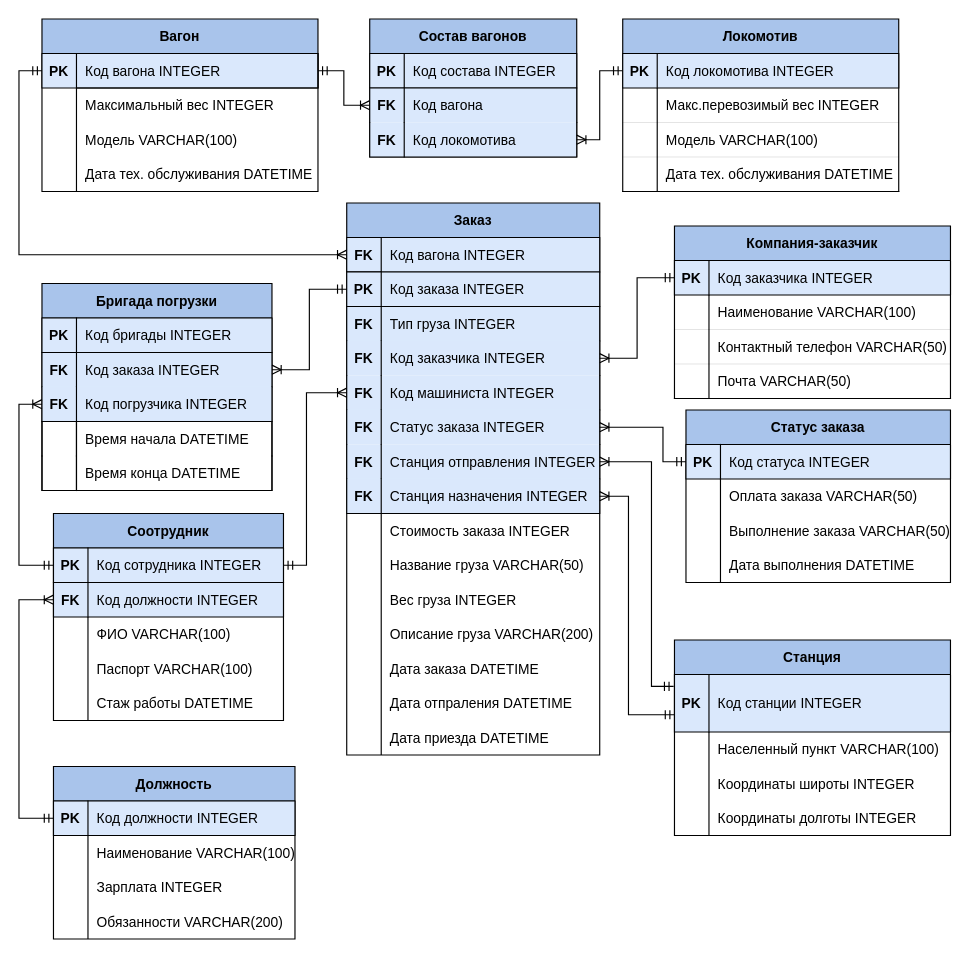
This is ER.drawio from Edeotena/bd_4rd_sem_course_work, a draw.io file, before an edit. Source tidied: cells renumbered, new cells numbered last; positions are measured from the earlier drawing's top-left corner, leaving out a move shared by most shapes. Both pictures are drawn from the tidied source at 115%, with x=0, y=0 at pixel (18, 18).
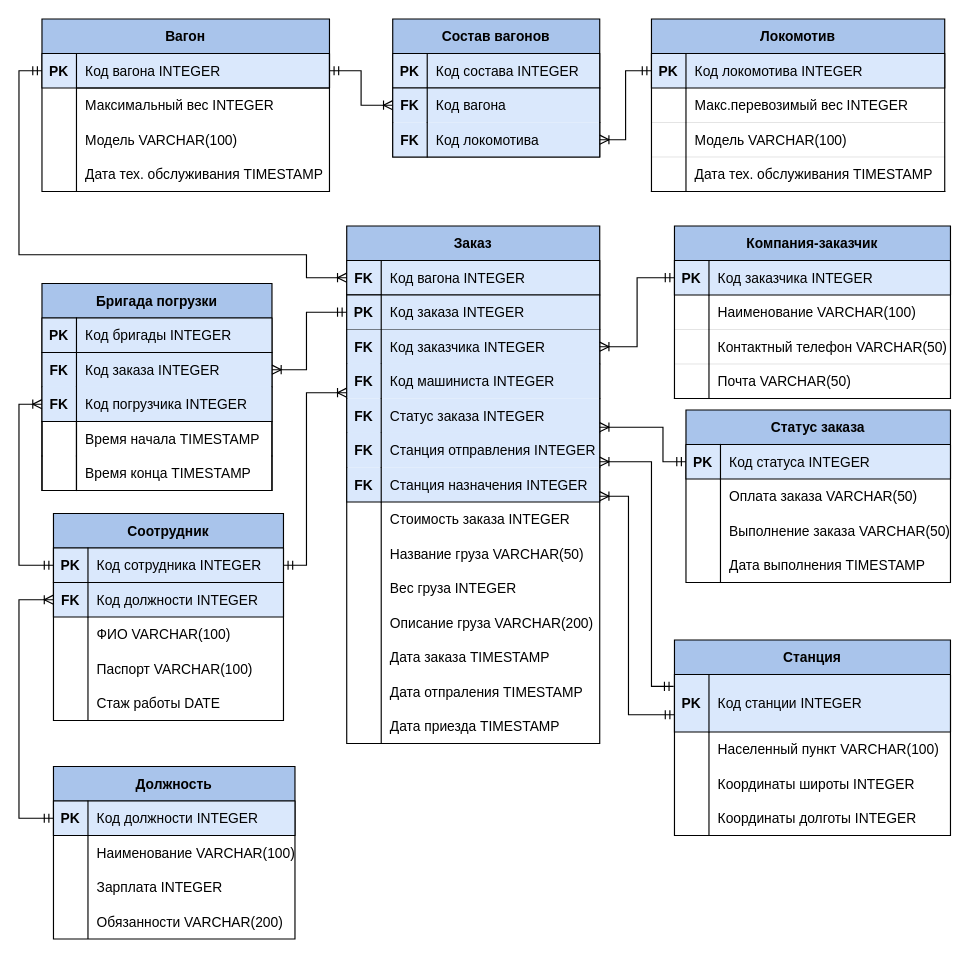
The same page after the edit.

Commit message (it also covers changes not shown here):
better ER and DB creating script

Unchanged cells that the change refers to:
```xml
<mxCell id="3" style="shape=tableRow;horizontal=0;startSize=0;swimlaneHead=0;swimlaneBody=0;fillColor=#dae8fc;points=[[0,0.5],[1,0.5]];portConstraint=eastwest;top=1;left=1;right=1;bottom=1;strokeColor=#000000;strokeWidth=1;" parent="2" vertex="1">
  <mxGeometry y="30" width="220" height="30" as="geometry" />
</mxCell>
<mxCell id="6" style="shape=tableRow;horizontal=0;startSize=0;swimlaneHead=0;swimlaneBody=0;fillColor=#dae8fc;points=[[0,0.5],[1,0.5]];portConstraint=eastwest;top=1;left=1;right=1;bottom=1;strokeColor=#000000;strokeWidth=1;" parent="2" vertex="1">
  <mxGeometry y="60" width="220" height="30" as="geometry" />
</mxCell>
<mxCell id="124" style="shape=tableRow;horizontal=0;startSize=0;swimlaneHead=0;swimlaneBody=0;fillColor=none;top=0;left=0;right=0;bottom=0;strokeColor=#000000;strokeWidth=1;" parent="114" vertex="1">
  <mxGeometry y="120" width="230" height="30" as="geometry" />
</mxCell>
<mxCell id="142" style="shape=tableRow;horizontal=0;startSize=0;swimlaneHead=0;swimlaneBody=0;fillColor=none;top=0;left=0;right=0;bottom=0;" parent="129" vertex="1">
  <mxGeometry y="150" width="200" height="30" as="geometry" />
</mxCell>
<mxCell id="149" style="shape=tableRow;horizontal=0;startSize=0;swimlaneHead=0;swimlaneBody=0;fillColor=#dae8fc;points=[[0,0.5],[1,0.5]];portConstraint=eastwest;top=1;left=1;right=1;bottom=0;strokeColor=#000000;strokeWidth=1;" parent="145" vertex="1">
  <mxGeometry y="60" width="200" height="30" as="geometry" />
</mxCell>
<mxCell id="155" style="shape=tableRow;horizontal=0;startSize=0;swimlaneHead=0;swimlaneBody=0;fillColor=none;top=1;left=1;right=1;bottom=0;strokeColor=#000000;strokeWidth=1;" parent="145" vertex="1">
  <mxGeometry y="120" width="200" height="30" as="geometry" />
</mxCell>
<mxCell id="158" style="shape=tableRow;horizontal=0;startSize=0;swimlaneHead=0;swimlaneBody=0;fillColor=none;top=0;left=1;right=1;bottom=1;strokeColor=#000000;strokeWidth=1;" parent="145" vertex="1">
  <mxGeometry y="150" width="200" height="30" as="geometry" />
</mxCell>
```

Change to the diagram source:
```diff
@@
     <mxCell id="2" value="Заказ" style="shape=table;startSize=30;childLayout=tableLayout;rowLines=0;fontStyle=1;align=center;fillColor=#A9C4EB;" parent="1" vertex="1">
-      <mxGeometry x="285" y="160" width="220" height="480" as="geometry" />
+      <mxGeometry x="285" y="180" width="220" height="450" as="geometry" />
     </mxCell>
@@
-    <mxCell id="9" style="shape=tableRow;horizontal=0;startSize=0;swimlaneHead=0;swimlaneBody=0;fillColor=#dae8fc;top=1;left=1;right=1;bottom=0;strokeColor=#000000;strokeWidth=1;" parent="2" vertex="1">
-      <mxGeometry y="90" width="220" height="30" as="geometry" />
-    </mxCell>
-    <mxCell id="10" value="FK" style="shape=partialRectangle;fillColor=none;top=0;left=0;bottom=0;right=0;overflow=hidden;fontStyle=1;" parent="9" vertex="1">
-      <mxGeometry width="30" height="30" as="geometry" />
-    </mxCell>
-    <mxCell id="11" value="Тип груза INTEGER" style="shape=partialRectangle;fillColor=none;top=0;left=1;bottom=0;right=0;align=left;spacingLeft=6;fontStyle=0;overflow=hidden;" parent="9" vertex="1">
-      <mxGeometry x="30" width="190" height="30" as="geometry" />
-    </mxCell>
     <mxCell id="12" style="shape=tableRow;horizontal=0;startSize=0;swimlaneHead=0;swimlaneBody=0;fillColor=#dae8fc;points=[[0,0.5],[1,0.5]];portConstraint=eastwest;top=0;left=1;right=1;bottom=0;strokeColor=#000000;strokeWidth=1;" parent="2" vertex="1">
-      <mxGeometry y="120" width="220" height="30" as="geometry" />
+      <mxGeometry y="90" width="220" height="30" as="geometry" />
     </mxCell>
@@
     <mxCell id="15" style="shape=tableRow;horizontal=0;startSize=0;swimlaneHead=0;swimlaneBody=0;fillColor=#dae8fc;points=[[0,0.5],[1,0.5]];portConstraint=eastwest;top=0;left=1;right=1;bottom=0;strokeColor=#000000;strokeWidth=1;" parent="2" vertex="1">
-      <mxGeometry y="150" width="220" height="30" as="geometry" />
+      <mxGeometry y="120" width="220" height="30" as="geometry" />
     </mxCell>
@@
     <mxCell id="18" style="shape=tableRow;horizontal=0;startSize=0;swimlaneHead=0;swimlaneBody=0;fillColor=#dae8fc;points=[[0,0.5],[1,0.5]];portConstraint=eastwest;top=0;left=1;right=1;bottom=0;strokeColor=#000000;strokeWidth=1;" parent="2" vertex="1">
-      <mxGeometry y="180" width="220" height="30" as="geometry" />
+      <mxGeometry y="150" width="220" height="30" as="geometry" />
     </mxCell>
@@
     <mxCell id="21" style="shape=tableRow;horizontal=0;startSize=0;swimlaneHead=0;swimlaneBody=0;fillColor=#dae8fc;points=[[0,0.5],[1,0.5]];portConstraint=eastwest;top=0;left=1;right=1;bottom=0;strokeColor=#000000;strokeWidth=1;" parent="2" vertex="1">
-      <mxGeometry y="210" width="220" height="30" as="geometry" />
+      <mxGeometry y="180" width="220" height="30" as="geometry" />
     </mxCell>
@@
     <mxCell id="24" style="shape=tableRow;horizontal=0;startSize=0;swimlaneHead=0;swimlaneBody=0;fillColor=#dae8fc;points=[[0,0.5],[1,0.5]];portConstraint=eastwest;top=0;left=1;right=1;bottom=1;strokeColor=#000000;strokeWidth=1;" parent="2" vertex="1">
-      <mxGeometry y="240" width="220" height="30" as="geometry" />
+      <mxGeometry y="210" width="220" height="30" as="geometry" />
     </mxCell>
@@
     <mxCell id="27" style="shape=tableRow;horizontal=0;startSize=0;swimlaneHead=0;swimlaneBody=0;fillColor=none;top=0;left=0;right=0;bottom=0;" parent="2" vertex="1">
-      <mxGeometry y="270" width="220" height="30" as="geometry" />
+      <mxGeometry y="240" width="220" height="30" as="geometry" />
     </mxCell>
@@
     <mxCell id="30" style="shape=tableRow;horizontal=0;startSize=0;swimlaneHead=0;swimlaneBody=0;fillColor=none;top=0;left=0;right=0;bottom=0;" parent="2" vertex="1">
-      <mxGeometry y="300" width="220" height="30" as="geometry" />
+      <mxGeometry y="270" width="220" height="30" as="geometry" />
     </mxCell>
@@
     <mxCell id="33" style="shape=tableRow;horizontal=0;startSize=0;swimlaneHead=0;swimlaneBody=0;fillColor=none;top=0;left=0;right=0;bottom=0;" parent="2" vertex="1">
-      <mxGeometry y="330" width="220" height="30" as="geometry" />
+      <mxGeometry y="300" width="220" height="30" as="geometry" />
     </mxCell>
@@
     <mxCell id="36" style="shape=tableRow;horizontal=0;startSize=0;swimlaneHead=0;swimlaneBody=0;fillColor=none;top=0;left=0;right=0;bottom=0;" parent="2" vertex="1">
-      <mxGeometry y="360" width="220" height="30" as="geometry" />
+      <mxGeometry y="330" width="220" height="30" as="geometry" />
     </mxCell>
@@
     <mxCell id="39" style="shape=tableRow;horizontal=0;startSize=0;swimlaneHead=0;swimlaneBody=0;fillColor=none;top=0;left=0;right=0;bottom=0;" parent="2" vertex="1">
-      <mxGeometry y="390" width="220" height="30" as="geometry" />
+      <mxGeometry y="360" width="220" height="30" as="geometry" />
     </mxCell>
@@
-    <mxCell id="41" value="Дата заказа DATETIME" style="shape=partialRectangle;fillColor=none;top=0;left=0;bottom=0;right=0;align=left;spacingLeft=6;overflow=hidden;" parent="39" vertex="1">
+    <mxCell id="41" value="Дата заказа TIMESTAMP" style="shape=partialRectangle;fillColor=none;top=0;left=0;bottom=0;right=0;align=left;spacingLeft=6;overflow=hidden;" parent="39" vertex="1">
       <mxGeometry x="30" width="190" height="30" as="geometry" />
     </mxCell>
     <mxCell id="42" style="shape=tableRow;horizontal=0;startSize=0;swimlaneHead=0;swimlaneBody=0;fillColor=none;top=0;left=0;right=0;bottom=0;" parent="2" vertex="1">
-      <mxGeometry y="420" width="220" height="30" as="geometry" />
+      <mxGeometry y="390" width="220" height="30" as="geometry" />
     </mxCell>
@@
-    <mxCell id="44" value="Дата отпраления DATETIME" style="shape=partialRectangle;fillColor=none;top=0;left=0;bottom=0;right=0;align=left;spacingLeft=6;overflow=hidden;" parent="42" vertex="1">
+    <mxCell id="44" value="Дата отпраления TIMESTAMP" style="shape=partialRectangle;fillColor=none;top=0;left=0;bottom=0;right=0;align=left;spacingLeft=6;overflow=hidden;" parent="42" vertex="1">
       <mxGeometry x="30" width="190" height="30" as="geometry" />
     </mxCell>
     <mxCell id="45" style="shape=tableRow;horizontal=0;startSize=0;swimlaneHead=0;swimlaneBody=0;fillColor=none;top=0;left=0;right=0;bottom=0;" parent="2" vertex="1">
-      <mxGeometry y="450" width="220" height="30" as="geometry" />
+      <mxGeometry y="420" width="220" height="30" as="geometry" />
     </mxCell>
@@
-    <mxCell id="47" value="Дата приезда DATETIME" style="shape=partialRectangle;fillColor=none;top=0;left=0;bottom=0;right=0;align=left;spacingLeft=6;overflow=hidden;" parent="45" vertex="1">
+    <mxCell id="47" value="Дата приезда TIMESTAMP" style="shape=partialRectangle;fillColor=none;top=0;left=0;bottom=0;right=0;align=left;spacingLeft=6;overflow=hidden;" parent="45" vertex="1">
       <mxGeometry x="30" width="190" height="30" as="geometry" />
     </mxCell>
@@
     <mxCell id="62" value="Вагон" style="shape=table;startSize=30;childLayout=tableLayout;rowLines=0;fontStyle=1;align=center;strokeColor=#000000;strokeWidth=1;fillColor=#A9C4EB;" parent="1" vertex="1">
-      <mxGeometry x="20" width="240" height="150" as="geometry" />
+      <mxGeometry x="20" width="250" height="150" as="geometry" />
     </mxCell>
     <mxCell id="63" style="shape=tableRow;horizontal=0;startSize=0;swimlaneHead=0;swimlaneBody=0;fillColor=#dae8fc;points=[[0,0.5],[1,0.5]];portConstraint=eastwest;top=1;left=1;right=1;bottom=1;strokeColor=#000000;strokeWidth=1;" parent="62" vertex="1">
-      <mxGeometry y="30" width="240" height="30" as="geometry" />
+      <mxGeometry y="30" width="250" height="30" as="geometry" />
     </mxCell>
@@
     <mxCell id="65" value="Код вагона INTEGER" style="shape=partialRectangle;fillColor=none;top=1;left=1;bottom=1;right=1;align=left;spacingLeft=6;fontStyle=0;overflow=hidden;strokeColor=#000000;strokeWidth=1;" parent="63" vertex="1">
-      <mxGeometry x="30" width="210" height="30" as="geometry" />
+      <mxGeometry x="30" width="220" height="30" as="geometry" />
     </mxCell>
     <mxCell id="66" style="shape=tableRow;horizontal=0;startSize=0;swimlaneHead=0;swimlaneBody=0;fillColor=none;top=0;left=0;right=0;bottom=0;strokeColor=#000000;strokeWidth=1;" parent="62" vertex="1">
-      <mxGeometry y="60" width="240" height="30" as="geometry" />
+      <mxGeometry y="60" width="250" height="30" as="geometry" />
     </mxCell>
@@
     <mxCell id="68" value="Максимальный вес INTEGER" style="shape=partialRectangle;fillColor=none;top=0;left=0;bottom=0;right=0;align=left;spacingLeft=6;overflow=hidden;strokeColor=#000000;strokeWidth=1;" parent="66" vertex="1">
-      <mxGeometry x="30" width="210" height="30" as="geometry" />
+      <mxGeometry x="30" width="220" height="30" as="geometry" />
     </mxCell>
     <mxCell id="69" style="shape=tableRow;horizontal=0;startSize=0;swimlaneHead=0;swimlaneBody=0;fillColor=none;top=0;left=0;right=0;bottom=0;strokeColor=#000000;strokeWidth=1;" parent="62" vertex="1">
-      <mxGeometry y="90" width="240" height="30" as="geometry" />
+      <mxGeometry y="90" width="250" height="30" as="geometry" />
     </mxCell>
@@
     <mxCell id="71" value="Модель VARCHAR(100)" style="shape=partialRectangle;fillColor=none;top=0;left=0;bottom=0;right=0;align=left;spacingLeft=6;overflow=hidden;strokeColor=#000000;strokeWidth=1;" parent="69" vertex="1">
-      <mxGeometry x="30" width="210" height="30" as="geometry" />
+      <mxGeometry x="30" width="220" height="30" as="geometry" />
     </mxCell>
     <mxCell id="72" style="shape=tableRow;horizontal=0;startSize=0;swimlaneHead=0;swimlaneBody=0;fillColor=none;top=0;left=0;right=0;bottom=0;strokeColor=#000000;strokeWidth=1;" parent="62" vertex="1">
-      <mxGeometry y="120" width="240" height="30" as="geometry" />
+      <mxGeometry y="120" width="250" height="30" as="geometry" />
     </mxCell>
@@
-    <mxCell id="74" value="Дата тех. обслуживания DATETIME" style="shape=partialRectangle;fillColor=none;top=0;left=0;bottom=0;right=0;align=left;spacingLeft=6;overflow=hidden;strokeColor=#000000;strokeWidth=1;" parent="72" vertex="1">
-      <mxGeometry x="30" width="210" height="30" as="geometry" />
+    <mxCell id="74" value="Дата тех. обслуживания TIMESTAMP" style="shape=partialRectangle;fillColor=none;top=0;left=0;bottom=0;right=0;align=left;spacingLeft=6;overflow=hidden;strokeColor=#000000;strokeWidth=1;" parent="72" vertex="1">
+      <mxGeometry x="30" width="220" height="30" as="geometry" />
     </mxCell>
     <mxCell id="75" value="Состав вагонов" style="shape=table;startSize=30;childLayout=tableLayout;rowLines=0;fontStyle=1;align=center;strokeColor=#000000;strokeWidth=1;fillColor=#A9C4EB;" parent="1" vertex="1">
-      <mxGeometry x="305" width="180" height="120" as="geometry" />
+      <mxGeometry x="325" width="180" height="120" as="geometry" />
     </mxCell>
@@
     <mxCell id="86" value="Локомотив" style="shape=table;startSize=30;childLayout=tableLayout;rowLines=0;fontStyle=1;align=center;fillColor=#A9C4EB;" parent="1" vertex="1">
-      <mxGeometry x="525" width="240" height="150" as="geometry" />
+      <mxGeometry x="550" width="255" height="150" as="geometry" />
     </mxCell>
     <mxCell id="87" style="shape=tableRow;horizontal=0;startSize=0;swimlaneHead=0;swimlaneBody=0;fillColor=#dae8fc;points=[[0,0.5],[1,0.5]];portConstraint=eastwest;top=1;left=1;right=1;bottom=1;strokeColor=#000000;strokeWidth=1;" parent="86" vertex="1">
-      <mxGeometry y="30" width="240" height="30" as="geometry" />
+      <mxGeometry y="30" width="255" height="30" as="geometry" />
     </mxCell>
@@
     <mxCell id="89" value="Код локомотива INTEGER" style="shape=partialRectangle;fillColor=none;top=0;left=1;bottom=0;right=0;align=left;spacingLeft=6;fontStyle=0;overflow=hidden;" parent="87" vertex="1">
-      <mxGeometry x="30" width="210" height="30" as="geometry" />
+      <mxGeometry x="30" width="225" height="30" as="geometry" />
     </mxCell>
     <mxCell id="90" style="shape=tableRow;horizontal=0;startSize=0;swimlaneHead=0;swimlaneBody=0;fillColor=none;top=0;left=0;right=0;bottom=0;strokeWidth=0;" parent="86" vertex="1">
-      <mxGeometry y="60" width="240" height="30" as="geometry" />
+      <mxGeometry y="60" width="255" height="30" as="geometry" />
     </mxCell>
@@
     <mxCell id="92" value="Макс.перевозимый вес INTEGER" style="shape=partialRectangle;fillColor=none;top=0;left=0;bottom=1;right=0;align=left;spacingLeft=6;overflow=hidden;strokeWidth=0;" parent="90" vertex="1">
-      <mxGeometry x="30" width="210" height="30" as="geometry" />
+      <mxGeometry x="30" width="225" height="30" as="geometry" />
     </mxCell>
     <mxCell id="93" style="shape=tableRow;horizontal=0;startSize=0;swimlaneHead=0;swimlaneBody=0;fillColor=none;top=0;left=0;right=0;bottom=0;strokeWidth=0;" parent="86" vertex="1">
-      <mxGeometry y="90" width="240" height="30" as="geometry" />
+      <mxGeometry y="90" width="255" height="30" as="geometry" />
     </mxCell>
@@
     <mxCell id="95" value="Модель VARCHAR(100)" style="shape=partialRectangle;fillColor=none;top=0;left=0;bottom=1;right=0;align=left;spacingLeft=6;overflow=hidden;strokeWidth=0;" parent="93" vertex="1">
-      <mxGeometry x="30" width="210" height="30" as="geometry" />
+      <mxGeometry x="30" width="225" height="30" as="geometry" />
     </mxCell>
     <mxCell id="96" style="shape=tableRow;horizontal=0;startSize=0;swimlaneHead=0;swimlaneBody=0;fillColor=none;top=0;left=0;right=0;bottom=0;" parent="86" vertex="1">
-      <mxGeometry y="120" width="240" height="30" as="geometry" />
+      <mxGeometry y="120" width="255" height="30" as="geometry" />
     </mxCell>
@@
-    <mxCell id="98" value="Дата тех. обслуживания DATETIME" style="shape=partialRectangle;fillColor=none;top=0;left=0;bottom=1;right=0;align=left;spacingLeft=6;overflow=hidden;" parent="96" vertex="1">
-      <mxGeometry x="30" width="210" height="30" as="geometry" />
+    <mxCell id="98" value="Дата тех. обслуживания TIMESTAMP" style="shape=partialRectangle;fillColor=none;top=0;left=0;bottom=1;right=0;align=left;spacingLeft=6;overflow=hidden;" parent="96" vertex="1">
+      <mxGeometry x="30" width="225" height="30" as="geometry" />
     </mxCell>
@@
-    <mxCell id="126" value="Дата выполнения DATETIME" style="shape=partialRectangle;fillColor=none;top=0;left=0;bottom=0;right=0;align=left;spacingLeft=6;overflow=hidden;strokeColor=#000000;strokeWidth=1;" parent="124" vertex="1">
+    <mxCell id="126" value="Дата выполнения TIMESTAMP" style="shape=partialRectangle;fillColor=none;top=0;left=0;bottom=0;right=0;align=left;spacingLeft=6;overflow=hidden;strokeColor=#000000;strokeWidth=1;" parent="124" vertex="1">
       <mxGeometry x="30" width="200" height="30" as="geometry" />
     </mxCell>
@@
     <mxCell id="128" style="edgeStyle=orthogonalEdgeStyle;rounded=0;jettySize=auto;html=1;entryX=0;entryY=0.5;entryDx=0;entryDy=0;startArrow=ERoneToMany;startFill=0;endArrow=ERmandOne;endFill=0;exitX=0;exitY=0.5;exitDx=0;exitDy=0;" parent="1" edge="1" source="3" target="63">
       <mxGeometry relative="1" as="geometry">
         <Array as="points">
+          <mxPoint x="250" y="225" />
+          <mxPoint x="250" y="205" />
           <mxPoint y="205" />
           <mxPoint y="45" />
         </Array>
       </mxGeometry>
     </mxCell>
@@
-    <mxCell id="144" value="Стаж работы DATETIME" style="shape=partialRectangle;fillColor=none;top=0;left=0;bottom=0;right=0;align=left;spacingLeft=6;overflow=hidden;" parent="142" vertex="1">
+    <mxCell id="144" value="Стаж работы DATE" style="shape=partialRectangle;fillColor=none;top=0;left=0;bottom=0;right=0;align=left;spacingLeft=6;overflow=hidden;" parent="142" vertex="1">
       <mxGeometry x="30" width="170" height="30" as="geometry" />
     </mxCell>
@@
-    <mxCell id="157" value="Время начала DATETIME" style="shape=partialRectangle;fillColor=none;top=0;left=1;bottom=0;right=0;align=left;spacingLeft=6;fontStyle=0;overflow=hidden;" parent="155" vertex="1">
+    <mxCell id="157" value="Время начала TIMESTAMP" style="shape=partialRectangle;fillColor=none;top=0;left=1;bottom=0;right=0;align=left;spacingLeft=6;fontStyle=0;overflow=hidden;" parent="155" vertex="1">
       <mxGeometry x="30" width="170" height="30" as="geometry" />
     </mxCell>
@@
-    <mxCell id="160" value="Время конца DATETIME" style="shape=partialRectangle;fillColor=none;top=0;left=1;bottom=0;right=0;align=left;spacingLeft=6;fontStyle=0;overflow=hidden;" parent="158" vertex="1">
+    <mxCell id="160" value="Время конца TIMESTAMP" style="shape=partialRectangle;fillColor=none;top=0;left=1;bottom=0;right=0;align=left;spacingLeft=6;fontStyle=0;overflow=hidden;" parent="158" vertex="1">
       <mxGeometry x="30" width="170" height="30" as="geometry" />
     </mxCell>
@@
     <mxCell id="177" style="edgeStyle=orthogonalEdgeStyle;rounded=0;jettySize=auto;html=1;entryX=0;entryY=0.5;entryDx=0;entryDy=0;startArrow=ERoneToMany;startFill=0;endArrow=ERmandOne;endFill=0;" parent="1" edge="1" source="149" target="6">
-      <mxGeometry relative="1" as="geometry" />
+      <mxGeometry relative="1" as="geometry">
+        <Array as="points">
+          <mxPoint x="250" y="305" />
+          <mxPoint x="250" y="255" />
+        </Array>
+      </mxGeometry>
     </mxCell>
```
